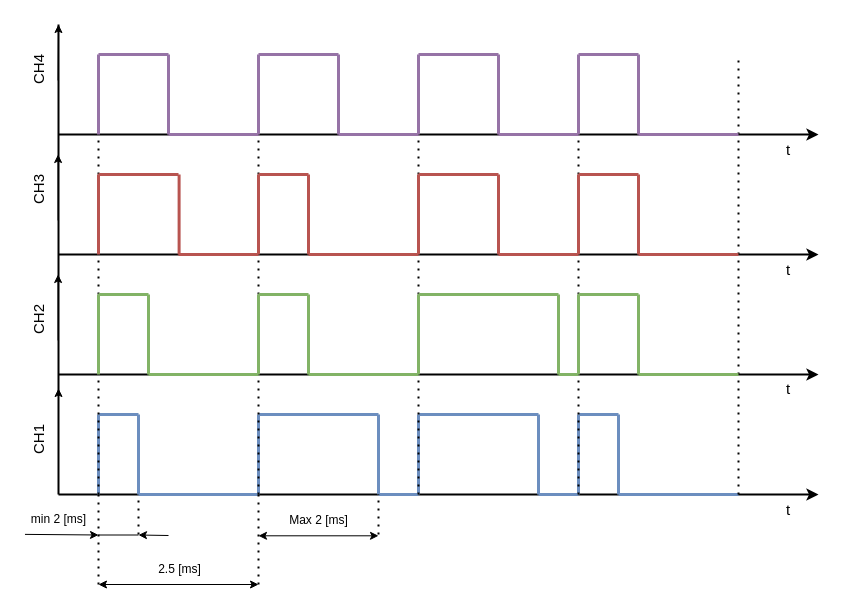
paolofuria99/modular-drone keeps this draw.io diagram as ppm_scheme.drawio. Above is the earlier version. Source tidied: cells renumbered, new cells numbered last; positions are measured from the earlier drawing's top-left corner, leaving out a move shared by most shapes. Both pictures are drawn from the tidied source at 100%, with x=0, y=0 at pixel (8, 24).
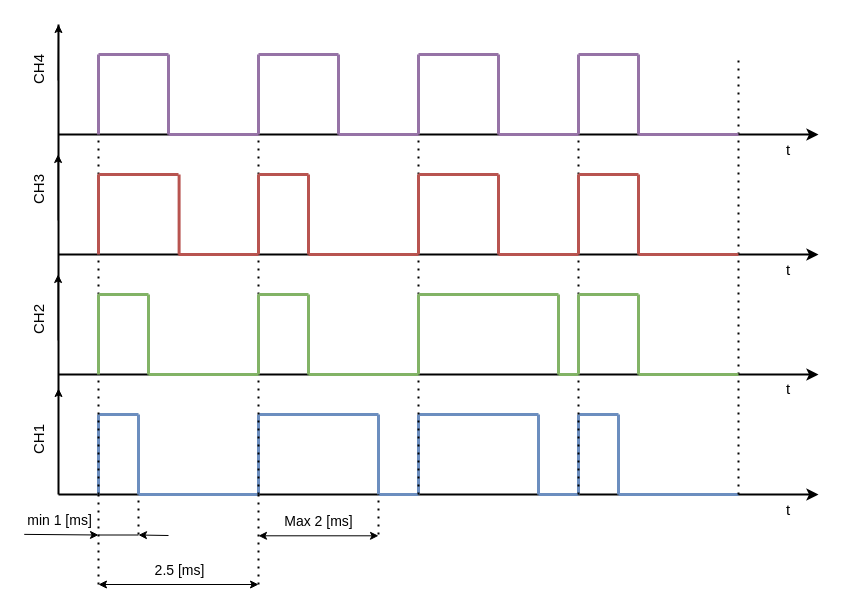
Above is the later version.

Change to the diagram source:
```diff
@@
-    <mxCell id="43" value="min 2 [ms]" style="text;html=1;align=center;verticalAlign=middle;points=[];strokeColor=none;fillColor=none;" parent="1" vertex="1">
-      <mxGeometry x="10" y="480" width="80" height="30" as="geometry" />
+    <mxCell id="43" value="&lt;font style=&quot;font-size: 14px;&quot;&gt;min 1 [ms]&lt;/font&gt;" style="text;html=1;align=center;verticalAlign=middle;points=[];strokeColor=none;fillColor=none;" parent="1" vertex="1">
+      <mxGeometry x="9" y="481" width="83" height="29" as="geometry" />
     </mxCell>
@@
-    <mxCell id="47" value="Max 2 [ms]" style="text;html=1;align=center;verticalAlign=middle;strokeColor=none;fillColor=none;" parent="1" vertex="1">
-      <mxGeometry x="270" y="481.3" width="80" height="30" as="geometry" />
+    <mxCell id="47" value="&lt;font style=&quot;font-size: 14px;&quot;&gt;Max 2 [ms]&lt;/font&gt;" style="text;html=1;align=center;verticalAlign=middle;strokeColor=none;fillColor=none;" parent="1" vertex="1">
+      <mxGeometry x="267" y="482.3" width="86" height="29" as="geometry" />
     </mxCell>
@@
-    <mxCell id="54" value="2.5 [ms]" style="text;html=1;align=center;verticalAlign=middle;strokeColor=none;fillColor=none;" parent="1" vertex="1">
-      <mxGeometry x="136" y="530" width="70" height="30" as="geometry" />
+    <mxCell id="54" value="&lt;font style=&quot;font-size: 14px;&quot;&gt;2.5 [ms]&lt;/font&gt;" style="text;html=1;align=center;verticalAlign=middle;strokeColor=none;fillColor=none;" parent="1" vertex="1">
+      <mxGeometry x="137" y="531" width="68" height="29" as="geometry" />
     </mxCell>
```
